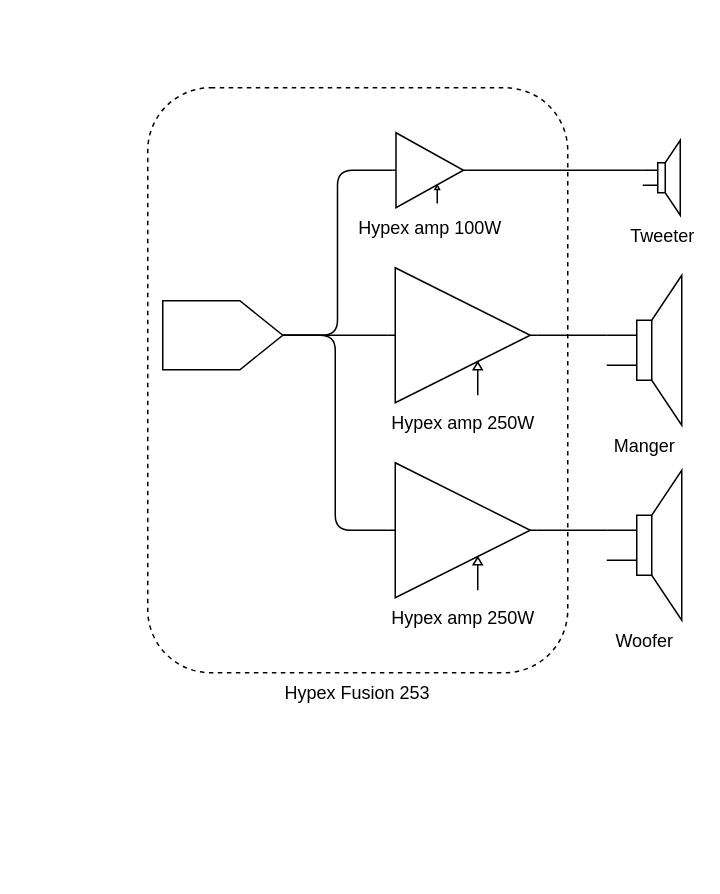
The draw.io diagram Untitled Diagram.drawio in blueneogeo/manger, before the edit. Source tidied: cells renumbered, new cells numbered last; positions are measured from the earlier drawing's top-left corner, leaving out a move shared by most shapes. Both pictures are drawn from the tidied source at 150%, with x=0, y=0 at pixel (147, 87).
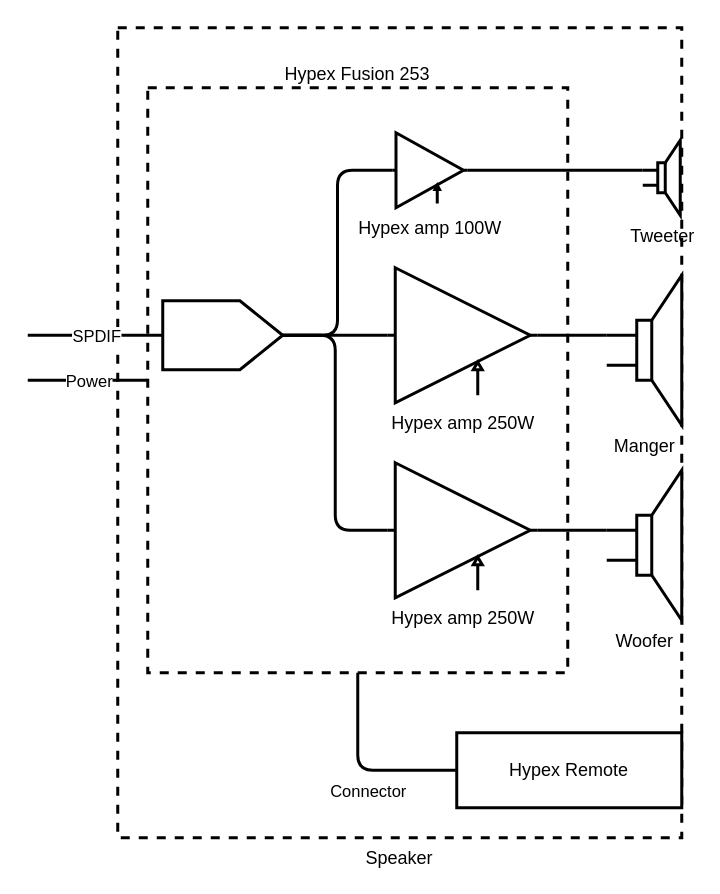
After the change.

Change to the diagram source:
```diff
@@
+    <mxCell id="16" value="Speaker" style="rounded=0;whiteSpace=wrap;html=1;dashed=1;labelPosition=center;verticalLabelPosition=bottom;align=center;verticalAlign=top;strokeWidth=2;" parent="1" vertex="1">
+      <mxGeometry x="-20" y="-40" width="376" height="540" as="geometry" />
+    </mxCell>
+    <mxCell id="17" value="Power" style="edgeStyle=orthogonalEdgeStyle;rounded=1;jettySize=auto;html=1;exitX=0;exitY=0.5;exitDx=0;exitDy=0;endArrow=none;endFill=0;strokeWidth=2;" parent="1" edge="1" source="2">
+      <mxGeometry relative="1" as="geometry">
+        <mxPoint x="-80" y="195" as="targetPoint" />
+      </mxGeometry>
+    </mxCell>
-    <mxCell id="2" value="Hypex Fusion 253" style="rounded=1;whiteSpace=wrap;html=1;dashed=1;labelPosition=center;verticalLabelPosition=bottom;align=center;verticalAlign=top;" parent="1" vertex="1">
+    <mxCell id="2" value="Hypex Fusion 253" style="rounded=0;whiteSpace=wrap;html=1;dashed=1;labelPosition=center;verticalLabelPosition=top;align=center;verticalAlign=bottom;strokeWidth=2;" parent="1" vertex="1">
       <mxGeometry width="280" height="390" as="geometry" />
     </mxCell>
-    <mxCell id="3" value="Tweeter" style="verticalLabelPosition=bottom;shadow=0;dashed=0;align=center;html=1;verticalAlign=top;shape=mxgraph.electrical.electro-mechanical.loudspeaker;" parent="1" vertex="1">
+    <mxCell id="3" value="Tweeter" style="verticalLabelPosition=bottom;shadow=0;dashed=0;align=center;html=1;verticalAlign=top;shape=mxgraph.electrical.electro-mechanical.loudspeaker;strokeWidth=2;" parent="1" vertex="1">
       <mxGeometry x="330" y="35" width="25" height="50" as="geometry" />
     </mxCell>
-    <mxCell id="4" style="edgeStyle=orthogonalEdgeStyle;rounded=1;jettySize=auto;html=1;exitX=1;exitY=0.5;exitDx=0;exitDy=0;exitPerimeter=0;entryX=0;entryY=0.4;entryDx=0;entryDy=0;entryPerimeter=0;endArrow=none;endFill=0;" parent="1" edge="1" source="5" target="3">
+    <mxCell id="4" style="edgeStyle=orthogonalEdgeStyle;rounded=1;jettySize=auto;html=1;exitX=1;exitY=0.5;exitDx=0;exitDy=0;exitPerimeter=0;entryX=0;entryY=0.4;entryDx=0;entryDy=0;entryPerimeter=0;endArrow=none;endFill=0;strokeWidth=2;" parent="1" edge="1" source="5" target="3">
       <mxGeometry relative="1" as="geometry" />
     </mxCell>
-    <mxCell id="5" value="Hypex amp 100W" style="verticalLabelPosition=bottom;shadow=0;dashed=0;align=center;html=1;verticalAlign=top;shape=mxgraph.electrical.abstract.controlled_amplifier;" parent="1" vertex="1">
+    <mxCell id="5" value="Hypex amp 100W" style="verticalLabelPosition=bottom;shadow=0;dashed=0;align=center;html=1;verticalAlign=top;shape=mxgraph.electrical.abstract.controlled_amplifier;strokeWidth=2;" parent="1" vertex="1">
       <mxGeometry x="163" y="30" width="50" height="50" as="geometry" />
     </mxCell>
-    <mxCell id="6" style="edgeStyle=orthogonalEdgeStyle;rounded=1;jettySize=auto;html=1;exitX=1;exitY=0.5;exitDx=0;exitDy=0;exitPerimeter=0;entryX=0;entryY=0.4;entryDx=0;entryDy=0;entryPerimeter=0;endArrow=none;endFill=0;" parent="1" edge="1" source="7" target="8">
+    <mxCell id="6" style="edgeStyle=orthogonalEdgeStyle;rounded=1;jettySize=auto;html=1;exitX=1;exitY=0.5;exitDx=0;exitDy=0;exitPerimeter=0;entryX=0;entryY=0.4;entryDx=0;entryDy=0;entryPerimeter=0;endArrow=none;endFill=0;strokeWidth=2;" parent="1" edge="1" source="7" target="8">
       <mxGeometry relative="1" as="geometry" />
     </mxCell>
-    <mxCell id="7" value="Hypex amp 250W" style="verticalLabelPosition=bottom;shadow=0;dashed=0;align=center;html=1;verticalAlign=top;shape=mxgraph.electrical.abstract.controlled_amplifier;" parent="1" vertex="1">
+    <mxCell id="7" value="Hypex amp 250W" style="verticalLabelPosition=bottom;shadow=0;dashed=0;align=center;html=1;verticalAlign=top;shape=mxgraph.electrical.abstract.controlled_amplifier;strokeWidth=2;" parent="1" vertex="1">
       <mxGeometry x="160" y="120" width="100" height="90" as="geometry" />
     </mxCell>
-    <mxCell id="8" value="Manger" style="verticalLabelPosition=bottom;shadow=0;dashed=0;align=center;html=1;verticalAlign=top;shape=mxgraph.electrical.electro-mechanical.loudspeaker;" parent="1" vertex="1">
+    <mxCell id="8" value="Manger" style="verticalLabelPosition=bottom;shadow=0;dashed=0;align=center;html=1;verticalAlign=top;shape=mxgraph.electrical.electro-mechanical.loudspeaker;strokeWidth=2;" parent="1" vertex="1">
       <mxGeometry x="306" y="125" width="50" height="100" as="geometry" />
     </mxCell>
-    <mxCell id="9" style="edgeStyle=orthogonalEdgeStyle;rounded=1;jettySize=auto;html=1;exitX=1;exitY=0.5;exitDx=0;exitDy=0;exitPerimeter=0;entryX=0;entryY=0.4;entryDx=0;entryDy=0;entryPerimeter=0;endArrow=none;endFill=0;" parent="1" edge="1" source="10" target="11">
+    <mxCell id="9" style="edgeStyle=orthogonalEdgeStyle;rounded=1;jettySize=auto;html=1;exitX=1;exitY=0.5;exitDx=0;exitDy=0;exitPerimeter=0;entryX=0;entryY=0.4;entryDx=0;entryDy=0;entryPerimeter=0;endArrow=none;endFill=0;strokeWidth=2;" parent="1" edge="1" source="10" target="11">
       <mxGeometry relative="1" as="geometry" />
     </mxCell>
-    <mxCell id="10" value="Hypex amp 250W" style="verticalLabelPosition=bottom;shadow=0;dashed=0;align=center;html=1;verticalAlign=top;shape=mxgraph.electrical.abstract.controlled_amplifier;" parent="1" vertex="1">
+    <mxCell id="10" value="Hypex amp 250W" style="verticalLabelPosition=bottom;shadow=0;dashed=0;align=center;html=1;verticalAlign=top;shape=mxgraph.electrical.abstract.controlled_amplifier;strokeWidth=2;" parent="1" vertex="1">
       <mxGeometry x="160" y="250" width="100" height="90" as="geometry" />
     </mxCell>
-    <mxCell id="11" value="Woofer" style="verticalLabelPosition=bottom;shadow=0;dashed=0;align=center;html=1;verticalAlign=top;shape=mxgraph.electrical.electro-mechanical.loudspeaker;" parent="1" vertex="1">
+    <mxCell id="11" value="Woofer" style="verticalLabelPosition=bottom;shadow=0;dashed=0;align=center;html=1;verticalAlign=top;shape=mxgraph.electrical.electro-mechanical.loudspeaker;strokeWidth=2;" parent="1" vertex="1">
       <mxGeometry x="306" y="255" width="50" height="100" as="geometry" />
     </mxCell>
-    <mxCell id="12" style="edgeStyle=orthogonalEdgeStyle;rounded=1;jettySize=auto;html=1;exitX=1;exitY=0.5;exitDx=0;exitDy=0;exitPerimeter=0;entryX=0;entryY=0.5;entryDx=0;entryDy=0;entryPerimeter=0;endArrow=none;endFill=0;" parent="1" edge="1" source="15" target="5">
+    <mxCell id="12" style="edgeStyle=orthogonalEdgeStyle;rounded=1;jettySize=auto;html=1;exitX=1;exitY=0.5;exitDx=0;exitDy=0;exitPerimeter=0;entryX=0;entryY=0.5;entryDx=0;entryDy=0;entryPerimeter=0;endArrow=none;endFill=0;strokeWidth=2;" parent="1" edge="1" source="15" target="5">
       <mxGeometry relative="1" as="geometry" />
     </mxCell>
-    <mxCell id="13" style="edgeStyle=orthogonalEdgeStyle;rounded=1;jettySize=auto;html=1;exitX=1;exitY=0.5;exitDx=0;exitDy=0;exitPerimeter=0;entryX=0;entryY=0.5;entryDx=0;entryDy=0;entryPerimeter=0;endArrow=none;endFill=0;" parent="1" edge="1" source="15" target="7">
+    <mxCell id="13" style="edgeStyle=orthogonalEdgeStyle;rounded=1;jettySize=auto;html=1;exitX=1;exitY=0.5;exitDx=0;exitDy=0;exitPerimeter=0;entryX=0;entryY=0.5;entryDx=0;entryDy=0;entryPerimeter=0;endArrow=none;endFill=0;strokeWidth=2;" parent="1" edge="1" source="15" target="7">
       <mxGeometry relative="1" as="geometry" />
     </mxCell>
-    <mxCell id="14" style="edgeStyle=orthogonalEdgeStyle;rounded=1;jettySize=auto;html=1;exitX=1;exitY=0.5;exitDx=0;exitDy=0;exitPerimeter=0;entryX=0;entryY=0.5;entryDx=0;entryDy=0;entryPerimeter=0;endArrow=none;endFill=0;" parent="1" edge="1" source="15" target="10">
+    <mxCell id="14" style="edgeStyle=orthogonalEdgeStyle;rounded=1;jettySize=auto;html=1;exitX=1;exitY=0.5;exitDx=0;exitDy=0;exitPerimeter=0;entryX=0;entryY=0.5;entryDx=0;entryDy=0;entryPerimeter=0;endArrow=none;endFill=0;strokeWidth=2;" parent="1" edge="1" source="15" target="10">
       <mxGeometry relative="1" as="geometry" />
     </mxCell>
+    <mxCell id="18" value="SPDIF" style="edgeStyle=orthogonalEdgeStyle;rounded=1;jettySize=auto;html=1;exitX=0;exitY=0.5;exitDx=0;exitDy=0;exitPerimeter=0;endArrow=none;endFill=0;strokeWidth=2;" parent="1" edge="1" source="15">
+      <mxGeometry relative="1" as="geometry">
+        <mxPoint x="-80" y="165" as="targetPoint" />
+      </mxGeometry>
+    </mxCell>
-    <mxCell id="15" style="verticalLabelPosition=bottom;shadow=0;dashed=0;align=center;html=1;verticalAlign=top;shape=mxgraph.electrical.abstract.dac;" parent="1" vertex="1">
+    <mxCell id="15" style="verticalLabelPosition=bottom;shadow=0;dashed=0;align=center;html=1;verticalAlign=top;shape=mxgraph.electrical.abstract.dac;strokeWidth=2;" parent="1" vertex="1">
       <mxGeometry x="10" y="142" width="80" height="46" as="geometry" />
     </mxCell>
+    <mxCell id="19" style="edgeStyle=orthogonalEdgeStyle;rounded=1;jettySize=auto;html=1;exitX=0;exitY=0.5;exitDx=0;exitDy=0;entryX=0.5;entryY=1;entryDx=0;entryDy=0;endArrow=none;endFill=0;strokeWidth=2;" parent="1" edge="1" source="21" target="2">
+      <mxGeometry relative="1" as="geometry" />
+    </mxCell>
+    <mxCell id="20" value="Connector" style="edgeLabel;html=1;align=center;verticalAlign=top;labelPosition=center;verticalLabelPosition=bottom;" parent="19" vertex="1">
+      <mxGeometry x="-0.08" y="1" relative="1" as="geometry" />
+    </mxCell>
+    <mxCell id="21" value="Hypex Remote" style="rounded=0;whiteSpace=wrap;html=1;labelPosition=center;verticalLabelPosition=middle;align=center;verticalAlign=middle;strokeWidth=2;" parent="1" vertex="1">
+      <mxGeometry x="206" y="430" width="150" height="50" as="geometry" />
+    </mxCell>
```
